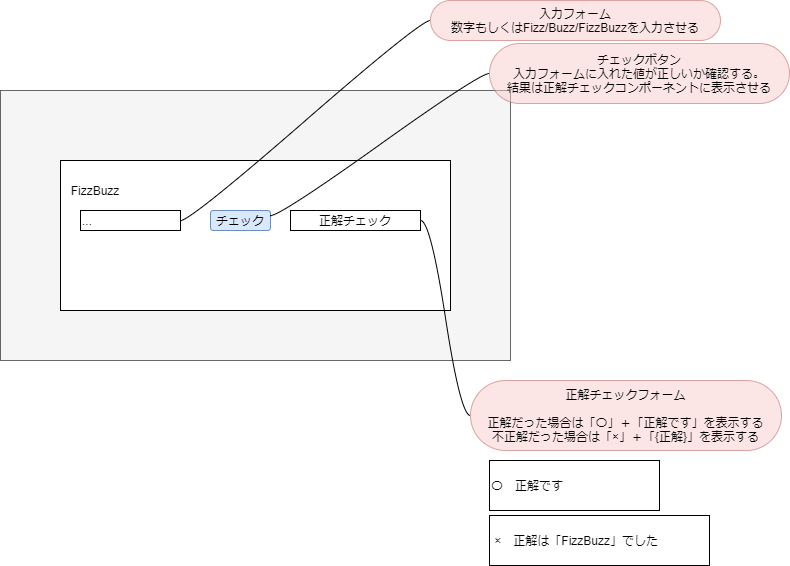
Above: docs/レイアウトイメージ.drawio.png in aocm/vue3-fizzbuzz (draw.io), before the change. Source tidied: cells renumbered, new cells last; positions are measured from the earlier drawing's top-left corner, leaving out a move shared by most shapes.
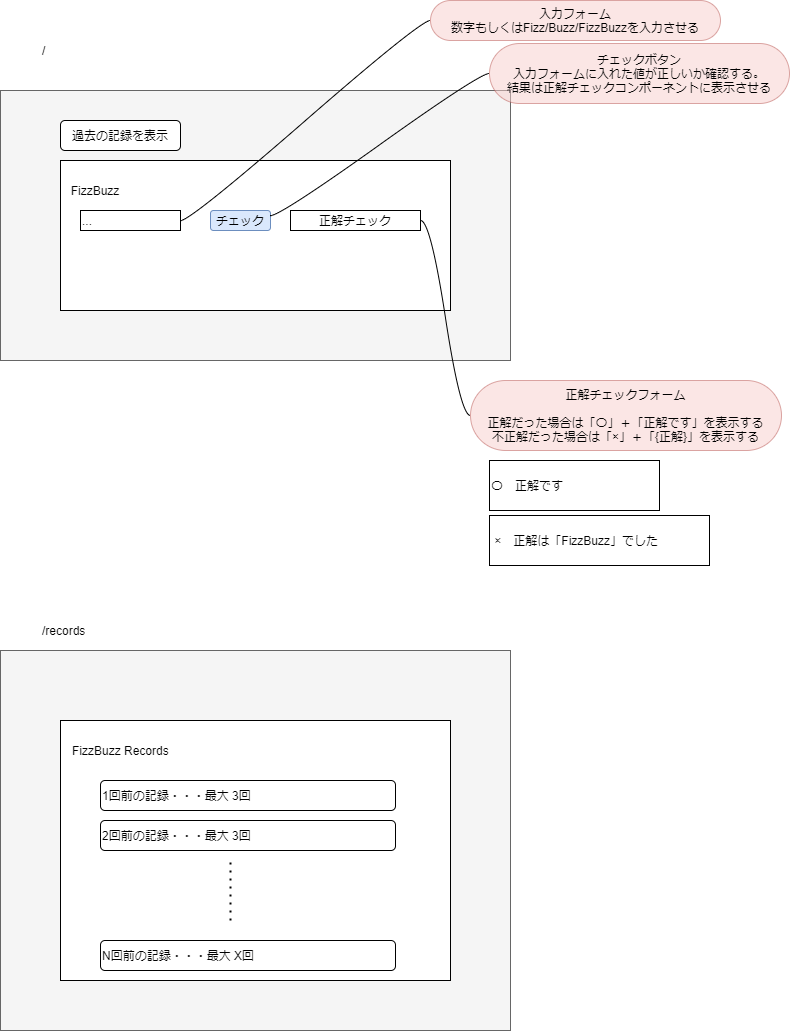
After the commit.

Change to the diagram source:
```diff
@@ -44,5 +44,38 @@
     <mxCell id="15" value="&amp;nbsp;×　正解は「FizzBuzz」でした" style="rounded=0;whiteSpace=wrap;html=1;align=left;" parent="1" vertex="1">
       <mxGeometry x="489" y="515" width="220" height="50" as="geometry" />
     </mxCell>
+    <mxCell id="16" value="過去の記録を表示" style="rounded=1;whiteSpace=wrap;html=1;" parent="1" vertex="1">
+      <mxGeometry x="60" y="120" width="120" height="30" as="geometry" />
+    </mxCell>
+    <mxCell id="17" style="rounded=0;whiteSpace=wrap;html=1;fillColor=#f5f5f5;strokeColor=#666666;fontColor=#333333;" parent="1" vertex="1">
+      <mxGeometry y="650" width="510" height="380" as="geometry" />
+    </mxCell>
+    <mxCell id="18" style="rounded=0;whiteSpace=wrap;html=1;" parent="1" vertex="1">
+      <mxGeometry x="60" y="720" width="390" height="260" as="geometry" />
+    </mxCell>
+    <mxCell id="19" value="FizzBuzz Records" style="text;html=1;strokeColor=none;fillColor=none;align=left;verticalAlign=middle;whiteSpace=wrap;rounded=0;" parent="1" vertex="1">
+      <mxGeometry x="70" y="740" width="130" height="20" as="geometry" />
+    </mxCell>
+    <mxCell id="20" value="1回前の記録・・・最大 3回" style="rounded=1;whiteSpace=wrap;html=1;align=left;" parent="1" vertex="1">
+      <mxGeometry x="100" y="780" width="295" height="30" as="geometry" />
+    </mxCell>
+    <mxCell id="21" value="2回前の記録・・・最大 3回" style="rounded=1;whiteSpace=wrap;html=1;align=left;" parent="1" vertex="1">
+      <mxGeometry x="100" y="820" width="295" height="30" as="geometry" />
+    </mxCell>
+    <mxCell id="22" value="N回前の記録・・・最大 X回" style="rounded=1;whiteSpace=wrap;html=1;align=left;" parent="1" vertex="1">
+      <mxGeometry x="100" y="940" width="295" height="30" as="geometry" />
+    </mxCell>
+    <mxCell id="23" style="endArrow=none;dashed=1;html=1;dashPattern=1 3;strokeWidth=2;" parent="1" edge="1">
+      <mxGeometry relative="1" as="geometry">
+        <mxPoint x="230" y="920" as="sourcePoint" />
+        <mxPoint x="230" y="860" as="targetPoint" />
+      </mxGeometry>
+    </mxCell>
+    <mxCell id="24" value="/" style="text;html=1;strokeColor=none;fillColor=none;align=left;verticalAlign=middle;whiteSpace=wrap;rounded=0;" parent="1" vertex="1">
+      <mxGeometry x="40" y="40" width="40" height="20" as="geometry" />
+    </mxCell>
+    <mxCell id="25" value="/records" style="text;html=1;strokeColor=none;fillColor=none;align=left;verticalAlign=middle;whiteSpace=wrap;rounded=0;" parent="1" vertex="1">
+      <mxGeometry x="40" y="620" width="40" height="20" as="geometry" />
+    </mxCell>
   </root>
 </mxGraphModel>
```
